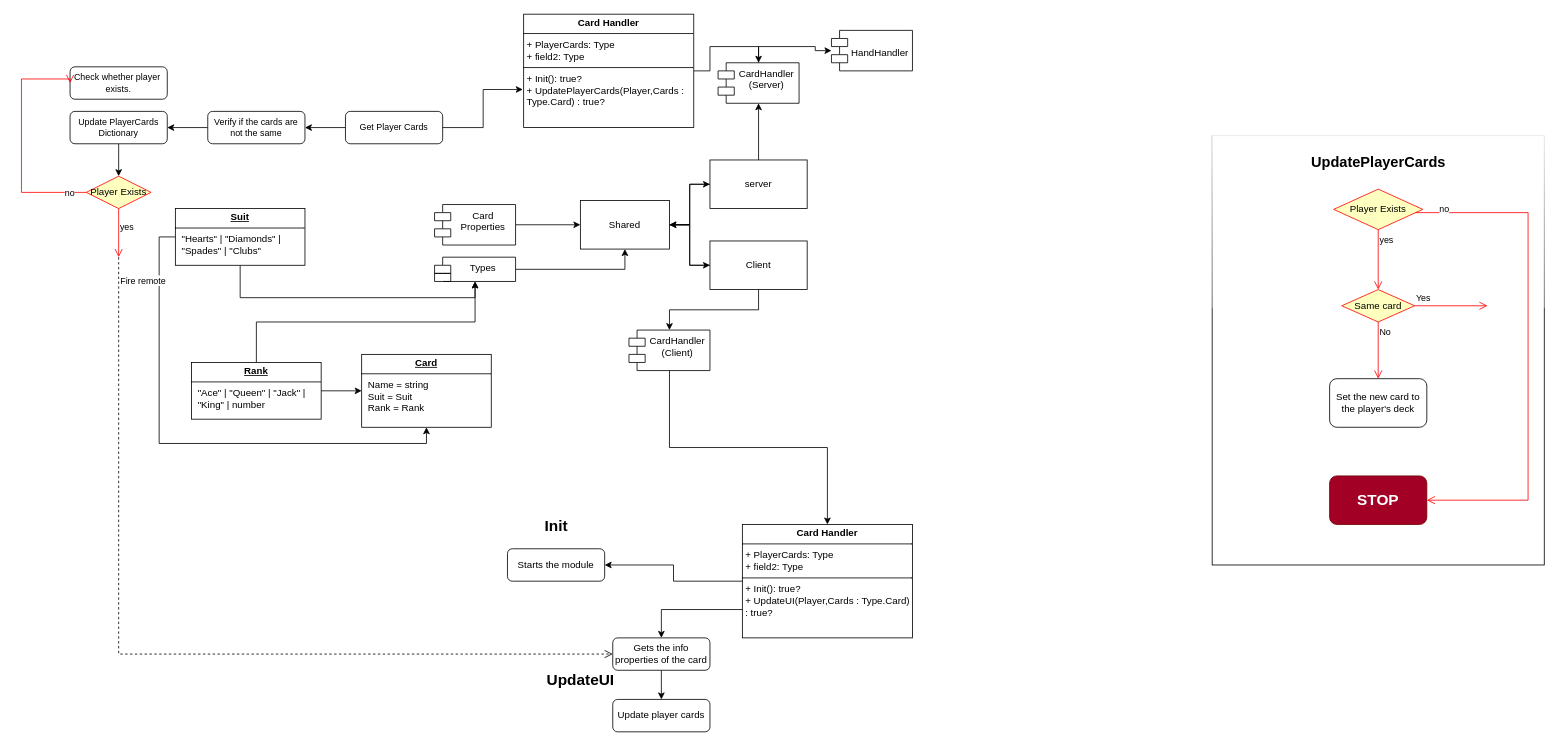
Earlier version of the draw.io diagram Untitled Diagram.drawio (dso12red/Class-30). Source tidied: cells renumbered, new cells numbered last; positions are measured from the earlier drawing's top-left corner, leaving out a move shared by most shapes. Both pictures are drawn from the tidied source at 81%, with x=0, y=0 at pixel (21, 14).
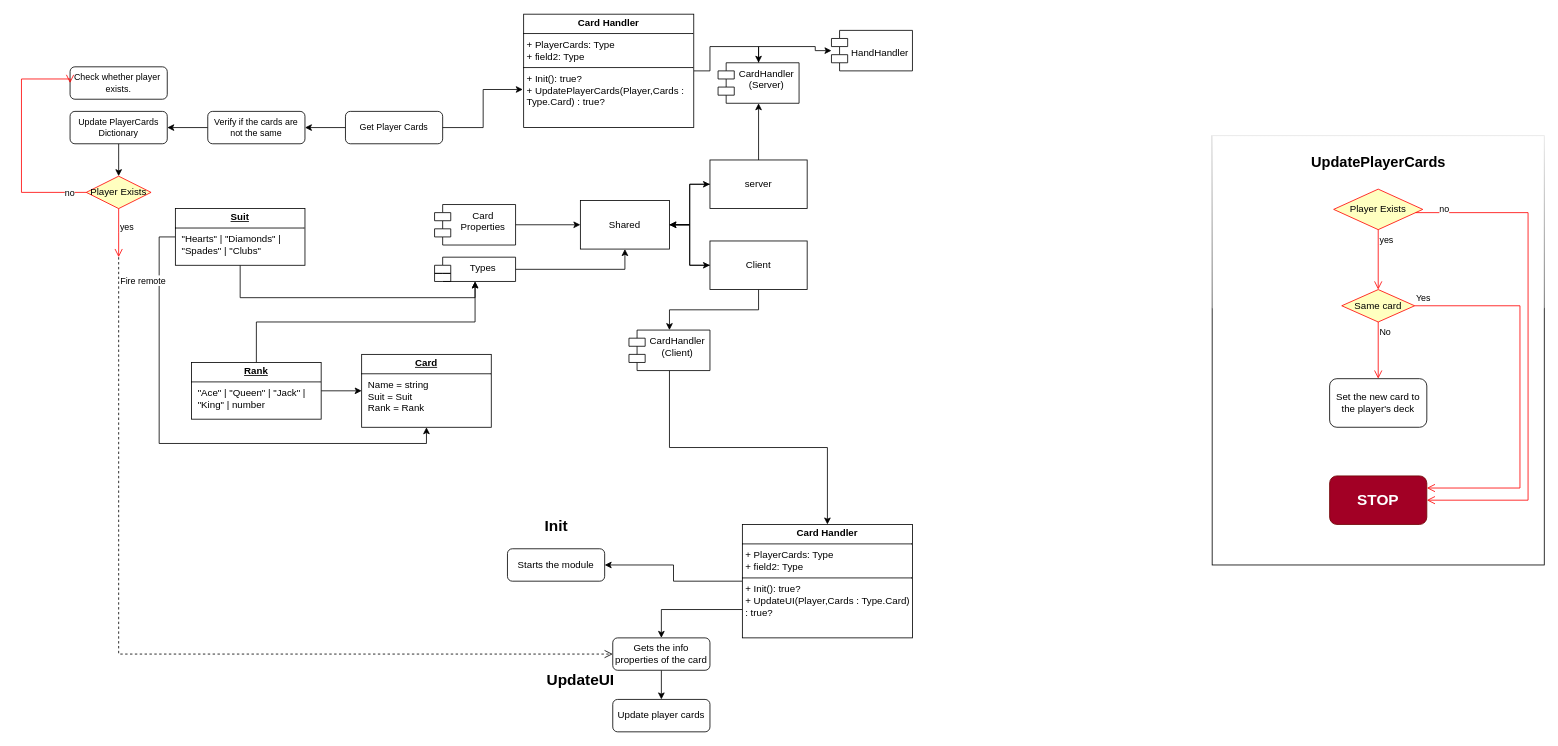
Above is the later version.

Unchanged cells that the change refers to:
```xml
<mxCell id="56" value="STOP" style="rounded=1;whiteSpace=wrap;html=1;fillColor=light-dark(#A20025,#FF3455);fontColor=light-dark(#FFFFFF,#FFFFFF);strokeColor=#6F0000;fontSize=19;fontStyle=1;" parent="1" vertex="1">
  <mxGeometry x="1615" y="570" width="120" height="60" as="geometry" />
</mxCell>
<mxCell id="57" value="Same card" style="rhombus;whiteSpace=wrap;html=1;fontColor=#000000;fillColor=#ffffc0;strokeColor=#ff0000;" parent="1" vertex="1">
  <mxGeometry x="1630" y="340" width="90" height="40" as="geometry" />
</mxCell>
```

The edit, as a diff of the source:
```diff
@@
-    <mxCell id="58" value="Yes" style="edgeStyle=orthogonalEdgeStyle;html=1;align=left;verticalAlign=bottom;endArrow=open;endSize=8;strokeColor=#ff0000;rounded=0;" parent="1" edge="1" source="57">
+    <mxCell id="58" value="Yes" style="edgeStyle=orthogonalEdgeStyle;html=1;align=left;verticalAlign=bottom;endArrow=open;endSize=8;strokeColor=#ff0000;rounded=0;entryX=1;entryY=0.25;entryDx=0;entryDy=0;" parent="1" edge="1" source="57" target="56">
       <mxGeometry x="-1" relative="1" as="geometry">
-        <mxPoint x="1810" y="360" as="targetPoint" />
+        <Array as="points">
+          <mxPoint x="1850" y="360" />
+          <mxPoint x="1850" y="585" />
+        </Array>
       </mxGeometry>
     </mxCell>
```
